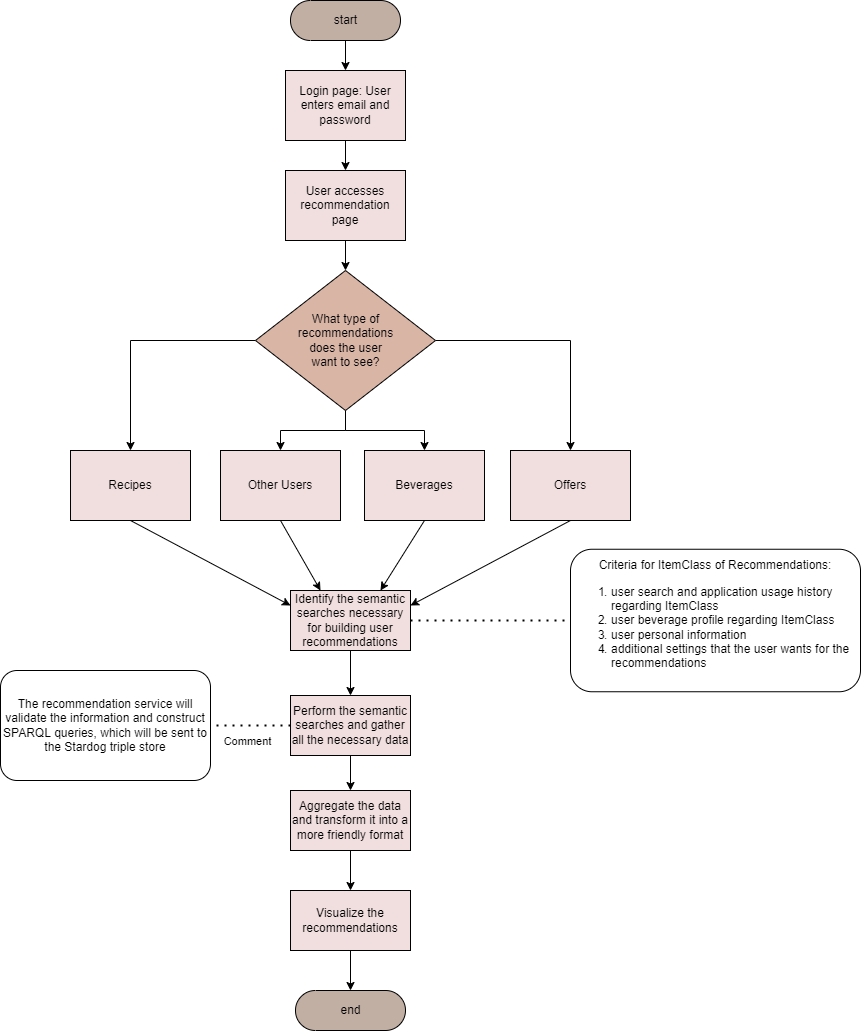
This is final-deliverables/diagrams/task/task_recommendation.png from Elaech/Wade-BeM, a draw.io export, as it was before one commit. Source tidied: cells renumbered, new cells last; positions are measured from the earlier drawing's top-left corner, leaving out a move shared by most shapes. The source it was exported from:
```xml
<mxGraphModel>
  <root>
    <mxCell id="0" />
    <mxCell id="1" parent="0" />
    <mxCell id="2" style="edgeStyle=orthogonalEdgeStyle;rounded=0;jettySize=auto;html=1;" parent="1" edge="1" source="3" target="6">
      <mxGeometry relative="1" as="geometry" />
    </mxCell>
    <mxCell id="3" value="start" style="html=1;dashed=0;whitespace=wrap;shape=mxgraph.dfd.start;fillColor=#C2AFA4;" parent="1" vertex="1">
      <mxGeometry x="290" width="110" height="40" as="geometry" />
    </mxCell>
    <mxCell id="4" value="User accesses recommendation page" style="rounded=0;whiteSpace=wrap;html=1;fillColor=#F1DEDE;" parent="1" vertex="1">
      <mxGeometry x="285" y="170" width="120" height="70" as="geometry" />
    </mxCell>
    <mxCell id="5" style="edgeStyle=orthogonalEdgeStyle;rounded=0;jettySize=auto;html=1;entryX=0.5;entryY=0;entryDx=0;entryDy=0;" parent="1" edge="1" source="6" target="4">
      <mxGeometry relative="1" as="geometry" />
    </mxCell>
    <mxCell id="6" value="Login page: User enters email and password" style="rounded=0;whiteSpace=wrap;html=1;fillColor=#F1DEDE;" parent="1" vertex="1">
      <mxGeometry x="285" y="70" width="120" height="70" as="geometry" />
    </mxCell>
    <mxCell id="7" style="edgeStyle=orthogonalEdgeStyle;rounded=0;jettySize=auto;html=1;entryX=0.5;entryY=0;entryDx=0;entryDy=0;" parent="1" edge="1" source="11" target="14">
      <mxGeometry relative="1" as="geometry" />
    </mxCell>
    <mxCell id="8" style="edgeStyle=orthogonalEdgeStyle;rounded=0;jettySize=auto;html=1;entryX=0.5;entryY=0;entryDx=0;entryDy=0;" parent="1" edge="1" source="11" target="15">
      <mxGeometry relative="1" as="geometry" />
    </mxCell>
    <mxCell id="9" style="edgeStyle=orthogonalEdgeStyle;rounded=0;jettySize=auto;html=1;" parent="1" edge="1" source="11" target="16">
      <mxGeometry relative="1" as="geometry" />
    </mxCell>
    <mxCell id="10" style="edgeStyle=orthogonalEdgeStyle;rounded=0;jettySize=auto;html=1;entryX=0.5;entryY=0;entryDx=0;entryDy=0;" parent="1" edge="1" source="11" target="17">
      <mxGeometry relative="1" as="geometry" />
    </mxCell>
    <mxCell id="11" value="What type of&lt;br&gt;recommendations&lt;br&gt;does the user&lt;br&gt;want to see?" style="shape=rhombus;html=1;dashed=0;whitespace=wrap;perimeter=rhombusPerimeter;fillColor=#D9B5A6;" parent="1" vertex="1">
      <mxGeometry x="255" y="270" width="180" height="140" as="geometry" />
    </mxCell>
    <mxCell id="12" style="endArrow=classic;html=1;rounded=0;exitX=0.5;exitY=1;exitDx=0;exitDy=0;entryX=0.5;entryY=0;entryDx=0;entryDy=0;" parent="1" edge="1" source="4" target="11">
      <mxGeometry relative="1" as="geometry" />
    </mxCell>
    <mxCell id="13" value="Criteria for ItemClass of Recommendations:&lt;br&gt;&lt;ol&gt;&lt;li style=&quot;text-align: left&quot;&gt;&lt;span&gt;user search and application usage history regarding ItemClass&lt;/span&gt;&lt;/li&gt;&lt;li style=&quot;text-align: left&quot;&gt;user beverage profile regarding ItemClass&lt;/li&gt;&lt;li style=&quot;text-align: left&quot;&gt;user personal information&lt;/li&gt;&lt;li style=&quot;text-align: left&quot;&gt;additional settings that the user wants for the recommendations&lt;/li&gt;&lt;/ol&gt;" style="rounded=1;whiteSpace=wrap;html=1;align=center;" parent="1" vertex="1">
      <mxGeometry x="570" y="548.8" width="290" height="142.5" as="geometry" />
    </mxCell>
    <mxCell id="14" value="Recipes" style="rounded=0;whiteSpace=wrap;html=1;fillColor=#F1DEDE;" parent="1" vertex="1">
      <mxGeometry x="70" y="450" width="120" height="70" as="geometry" />
    </mxCell>
    <mxCell id="15" value="Other Users" style="rounded=0;whiteSpace=wrap;html=1;fillColor=#F1DEDE;" parent="1" vertex="1">
      <mxGeometry x="220" y="450" width="120" height="70" as="geometry" />
    </mxCell>
    <mxCell id="16" value="Beverages" style="rounded=0;whiteSpace=wrap;html=1;fillColor=#F1DEDE;" parent="1" vertex="1">
      <mxGeometry x="364" y="450" width="120" height="70" as="geometry" />
    </mxCell>
    <mxCell id="17" value="Offers" style="rounded=0;whiteSpace=wrap;html=1;fillColor=#F1DEDE;" parent="1" vertex="1">
      <mxGeometry x="510" y="450" width="120" height="70" as="geometry" />
    </mxCell>
    <mxCell id="18" style="endArrow=classic;html=1;rounded=0;exitX=0.5;exitY=1;exitDx=0;exitDy=0;entryX=0.25;entryY=0;entryDx=0;entryDy=0;" parent="1" edge="1" source="15" target="20">
      <mxGeometry relative="1" as="geometry" />
    </mxCell>
    <mxCell id="19" style="edgeStyle=orthogonalEdgeStyle;rounded=0;jettySize=auto;html=1;" parent="1" edge="1" source="20" target="27">
      <mxGeometry relative="1" as="geometry" />
    </mxCell>
    <mxCell id="20" value="Identify the semantic searches necessary for building user recommendations" style="rounded=0;whiteSpace=wrap;html=1;fillColor=#F1DEDE;" parent="1" vertex="1">
      <mxGeometry x="290" y="590" width="120" height="60" as="geometry" />
    </mxCell>
    <mxCell id="21" style="endArrow=none;dashed=1;html=1;dashPattern=1 3;strokeWidth=2;rounded=0;exitX=1;exitY=0.5;exitDx=0;exitDy=0;entryX=0;entryY=0.5;entryDx=0;entryDy=0;" parent="1" edge="1" source="20" target="13">
      <mxGeometry relative="1" as="geometry" />
    </mxCell>
    <mxCell id="22" style="endArrow=classic;html=1;rounded=0;exitX=0.5;exitY=1;exitDx=0;exitDy=0;entryX=0;entryY=0.25;entryDx=0;entryDy=0;" parent="1" edge="1" source="14" target="20">
      <mxGeometry relative="1" as="geometry" />
    </mxCell>
    <mxCell id="23" style="endArrow=classic;html=1;rounded=0;exitX=0.5;exitY=1;exitDx=0;exitDy=0;entryX=0.75;entryY=0;entryDx=0;entryDy=0;" parent="1" edge="1" source="16" target="20">
      <mxGeometry relative="1" as="geometry" />
    </mxCell>
    <mxCell id="24" style="endArrow=classic;html=1;rounded=0;exitX=0.5;exitY=1;exitDx=0;exitDy=0;entryX=1;entryY=0.25;entryDx=0;entryDy=0;" parent="1" edge="1" source="17" target="20">
      <mxGeometry relative="1" as="geometry" />
    </mxCell>
    <mxCell id="25" value="The recommendation service will validate the information and construct SPARQL queries, which will be sent to the Stardog triple store" style="rounded=1;whiteSpace=wrap;html=1;" parent="1" vertex="1">
      <mxGeometry y="670" width="210" height="110" as="geometry" />
    </mxCell>
    <mxCell id="26" style="edgeStyle=orthogonalEdgeStyle;rounded=0;jettySize=auto;html=1;" parent="1" edge="1" source="27" target="31">
      <mxGeometry relative="1" as="geometry" />
    </mxCell>
    <mxCell id="27" value="Perform the semantic searches and gather all the necessary data" style="rounded=0;whiteSpace=wrap;html=1;fillColor=#F1DEDE;" parent="1" vertex="1">
      <mxGeometry x="290" y="695" width="120" height="60" as="geometry" />
    </mxCell>
    <mxCell id="28" style="endArrow=none;dashed=1;html=1;dashPattern=1 3;strokeWidth=2;rounded=0;exitX=0;exitY=0.5;exitDx=0;exitDy=0;entryX=1;entryY=0.5;entryDx=0;entryDy=0;" parent="1" edge="1" source="27" target="25">
      <mxGeometry relative="1" as="geometry" />
    </mxCell>
    <mxCell id="29" value="Comment" style="edgeLabel;html=1;align=center;verticalAlign=middle;" parent="28" vertex="1">
      <mxGeometry x="0.58" y="3" relative="1" as="geometry">
        <mxPoint x="19" y="12" as="offset" />
      </mxGeometry>
    </mxCell>
    <mxCell id="30" style="edgeStyle=orthogonalEdgeStyle;rounded=0;jettySize=auto;html=1;entryX=0.5;entryY=0;entryDx=0;entryDy=0;" parent="1" edge="1" source="31" target="33">
      <mxGeometry relative="1" as="geometry" />
    </mxCell>
    <mxCell id="31" value="Aggregate the data and transform it into a more friendly format" style="rounded=0;whiteSpace=wrap;html=1;fillColor=#F1DEDE;" parent="1" vertex="1">
      <mxGeometry x="290" y="790" width="120" height="60" as="geometry" />
    </mxCell>
    <mxCell id="32" style="edgeStyle=orthogonalEdgeStyle;rounded=0;jettySize=auto;html=1;entryX=0.5;entryY=0.5;entryDx=0;entryDy=-20;entryPerimeter=0;" parent="1" edge="1" source="33" target="34">
      <mxGeometry relative="1" as="geometry" />
    </mxCell>
    <mxCell id="33" value="Visualize the recommendations" style="rounded=0;whiteSpace=wrap;html=1;fillColor=#F1DEDE;" parent="1" vertex="1">
      <mxGeometry x="290" y="890" width="120" height="60" as="geometry" />
    </mxCell>
    <mxCell id="34" value="end" style="html=1;dashed=0;whitespace=wrap;shape=mxgraph.dfd.start;fillColor=#C2AFA4;" parent="1" vertex="1">
      <mxGeometry x="295" y="990" width="110" height="40" as="geometry" />
    </mxCell>
  </root>
</mxGraphModel>
```
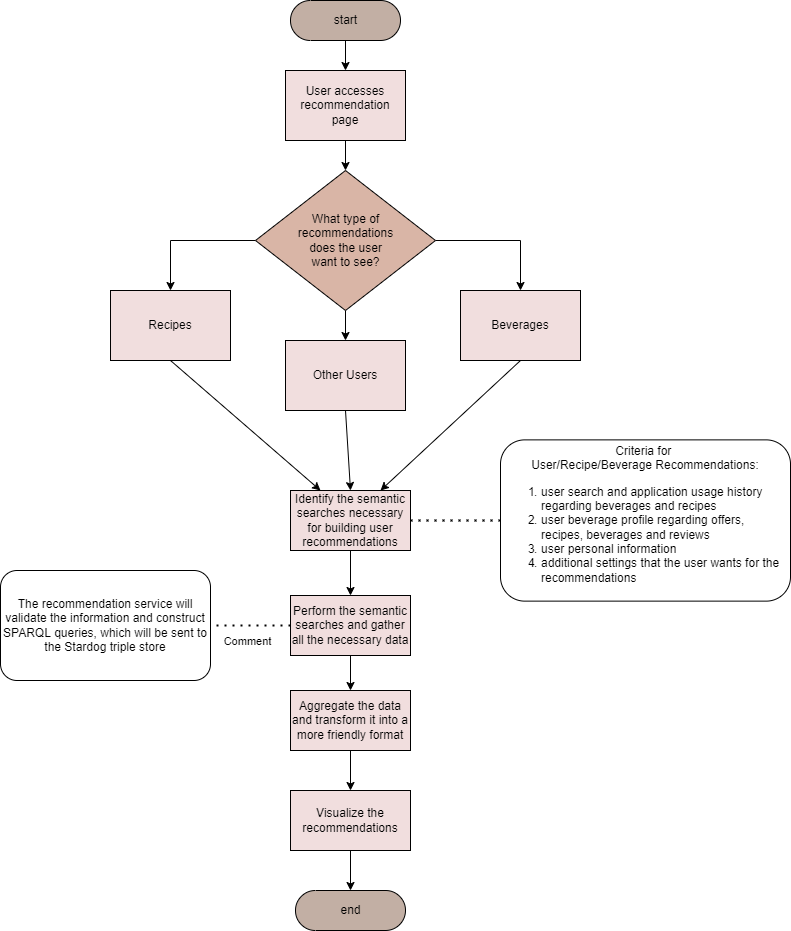
The same diagram one commit later.

What changed in the source:
```diff
@@ -2,55 +2,43 @@
   <root>
     <mxCell id="0" />
     <mxCell id="1" parent="0" />
-    <mxCell id="2" style="edgeStyle=orthogonalEdgeStyle;rounded=0;jettySize=auto;html=1;" parent="1" edge="1" source="3" target="6">
+    <mxCell id="2" style="edgeStyle=orthogonalEdgeStyle;rounded=0;jettySize=auto;html=1;entryX=0.5;entryY=0;entryDx=0;entryDy=0;" parent="1" edge="1" source="3" target="4">
       <mxGeometry relative="1" as="geometry" />
     </mxCell>
     <mxCell id="3" value="start" style="html=1;dashed=0;whitespace=wrap;shape=mxgraph.dfd.start;fillColor=#C2AFA4;" parent="1" vertex="1">
-      <mxGeometry x="290" width="110" height="40" as="geometry" />
+      <mxGeometry x="290" y="100" width="110" height="40" as="geometry" />
     </mxCell>
     <mxCell id="4" value="User accesses recommendation page" style="rounded=0;whiteSpace=wrap;html=1;fillColor=#F1DEDE;" parent="1" vertex="1">
       <mxGeometry x="285" y="170" width="120" height="70" as="geometry" />
     </mxCell>
-    <mxCell id="5" style="edgeStyle=orthogonalEdgeStyle;rounded=0;jettySize=auto;html=1;entryX=0.5;entryY=0;entryDx=0;entryDy=0;" parent="1" edge="1" source="6" target="4">
-      <mxGeometry relative="1" as="geometry" />
-    </mxCell>
-    <mxCell id="6" value="Login page: User enters email and password" style="rounded=0;whiteSpace=wrap;html=1;fillColor=#F1DEDE;" parent="1" vertex="1">
-      <mxGeometry x="285" y="70" width="120" height="70" as="geometry" />
-    </mxCell>
     <mxCell id="7" style="edgeStyle=orthogonalEdgeStyle;rounded=0;jettySize=auto;html=1;entryX=0.5;entryY=0;entryDx=0;entryDy=0;" parent="1" edge="1" source="11" target="14">
       <mxGeometry relative="1" as="geometry" />
     </mxCell>
     <mxCell id="8" style="edgeStyle=orthogonalEdgeStyle;rounded=0;jettySize=auto;html=1;entryX=0.5;entryY=0;entryDx=0;entryDy=0;" parent="1" edge="1" source="11" target="15">
       <mxGeometry relative="1" as="geometry" />
     </mxCell>
-    <mxCell id="9" style="edgeStyle=orthogonalEdgeStyle;rounded=0;jettySize=auto;html=1;" parent="1" edge="1" source="11" target="16">
+    <mxCell id="9" style="edgeStyle=orthogonalEdgeStyle;rounded=0;jettySize=auto;html=1;entryX=0.5;entryY=0;entryDx=0;entryDy=0;" parent="1" edge="1" source="11" target="16">
       <mxGeometry relative="1" as="geometry" />
     </mxCell>
-    <mxCell id="10" style="edgeStyle=orthogonalEdgeStyle;rounded=0;jettySize=auto;html=1;entryX=0.5;entryY=0;entryDx=0;entryDy=0;" parent="1" edge="1" source="11" target="17">
-      <mxGeometry relative="1" as="geometry" />
-    </mxCell>
     <mxCell id="11" value="What type of&lt;br&gt;recommendations&lt;br&gt;does the user&lt;br&gt;want to see?" style="shape=rhombus;html=1;dashed=0;whitespace=wrap;perimeter=rhombusPerimeter;fillColor=#D9B5A6;" parent="1" vertex="1">
       <mxGeometry x="255" y="270" width="180" height="140" as="geometry" />
     </mxCell>
     <mxCell id="12" style="endArrow=classic;html=1;rounded=0;exitX=0.5;exitY=1;exitDx=0;exitDy=0;entryX=0.5;entryY=0;entryDx=0;entryDy=0;" parent="1" edge="1" source="4" target="11">
       <mxGeometry relative="1" as="geometry" />
     </mxCell>
-    <mxCell id="13" value="Criteria for ItemClass of Recommendations:&lt;br&gt;&lt;ol&gt;&lt;li style=&quot;text-align: left&quot;&gt;&lt;span&gt;user search and application usage history regarding ItemClass&lt;/span&gt;&lt;/li&gt;&lt;li style=&quot;text-align: left&quot;&gt;user beverage profile regarding ItemClass&lt;/li&gt;&lt;li style=&quot;text-align: left&quot;&gt;user personal information&lt;/li&gt;&lt;li style=&quot;text-align: left&quot;&gt;additional settings that the user wants for the recommendations&lt;/li&gt;&lt;/ol&gt;" style="rounded=1;whiteSpace=wrap;html=1;align=center;" parent="1" vertex="1">
-      <mxGeometry x="570" y="548.8" width="290" height="142.5" as="geometry" />
+    <mxCell id="13" value="Criteria for &lt;br&gt;User/Recipe/Beverage Recommendations:&lt;br&gt;&lt;ol&gt;&lt;li style=&quot;text-align: left&quot;&gt;&lt;span&gt;user search and application usage history regarding beverages and recipes&amp;nbsp;&lt;/span&gt;&lt;/li&gt;&lt;li style=&quot;text-align: left&quot;&gt;user beverage profile regarding offers, recipes, beverages and reviews&lt;/li&gt;&lt;li style=&quot;text-align: left&quot;&gt;user personal information&lt;/li&gt;&lt;li style=&quot;text-align: left&quot;&gt;additional settings that the user wants for the recommendations&lt;/li&gt;&lt;/ol&gt;" style="rounded=1;whiteSpace=wrap;html=1;align=center;" parent="1" vertex="1">
+      <mxGeometry x="500" y="539.4" width="290" height="161.2" as="geometry" />
     </mxCell>
     <mxCell id="14" value="Recipes" style="rounded=0;whiteSpace=wrap;html=1;fillColor=#F1DEDE;" parent="1" vertex="1">
-      <mxGeometry x="70" y="450" width="120" height="70" as="geometry" />
+      <mxGeometry x="110" y="390" width="120" height="70" as="geometry" />
     </mxCell>
     <mxCell id="15" value="Other Users" style="rounded=0;whiteSpace=wrap;html=1;fillColor=#F1DEDE;" parent="1" vertex="1">
-      <mxGeometry x="220" y="450" width="120" height="70" as="geometry" />
+      <mxGeometry x="285" y="440" width="120" height="70" as="geometry" />
     </mxCell>
     <mxCell id="16" value="Beverages" style="rounded=0;whiteSpace=wrap;html=1;fillColor=#F1DEDE;" parent="1" vertex="1">
-      <mxGeometry x="364" y="450" width="120" height="70" as="geometry" />
+      <mxGeometry x="460" y="390" width="120" height="70" as="geometry" />
     </mxCell>
-    <mxCell id="17" value="Offers" style="rounded=0;whiteSpace=wrap;html=1;fillColor=#F1DEDE;" parent="1" vertex="1">
-      <mxGeometry x="510" y="450" width="120" height="70" as="geometry" />
-    </mxCell>
-    <mxCell id="18" style="endArrow=classic;html=1;rounded=0;exitX=0.5;exitY=1;exitDx=0;exitDy=0;entryX=0.25;entryY=0;entryDx=0;entryDy=0;" parent="1" edge="1" source="15" target="20">
+    <mxCell id="18" style="endArrow=classic;html=1;rounded=0;exitX=0.5;exitY=1;exitDx=0;exitDy=0;entryX=0.5;entryY=0;entryDx=0;entryDy=0;" parent="1" edge="1" source="15" target="20">
       <mxGeometry relative="1" as="geometry" />
     </mxCell>
     <mxCell id="19" style="edgeStyle=orthogonalEdgeStyle;rounded=0;jettySize=auto;html=1;" parent="1" edge="1" source="20" target="27">
@@ -62,15 +50,12 @@
     <mxCell id="21" style="endArrow=none;dashed=1;html=1;dashPattern=1 3;strokeWidth=2;rounded=0;exitX=1;exitY=0.5;exitDx=0;exitDy=0;entryX=0;entryY=0.5;entryDx=0;entryDy=0;" parent="1" edge="1" source="20" target="13">
       <mxGeometry relative="1" as="geometry" />
     </mxCell>
-    <mxCell id="22" style="endArrow=classic;html=1;rounded=0;exitX=0.5;exitY=1;exitDx=0;exitDy=0;entryX=0;entryY=0.25;entryDx=0;entryDy=0;" parent="1" edge="1" source="14" target="20">
+    <mxCell id="22" style="endArrow=classic;html=1;rounded=0;exitX=0.5;exitY=1;exitDx=0;exitDy=0;entryX=0.25;entryY=0;entryDx=0;entryDy=0;" parent="1" edge="1" source="14" target="20">
       <mxGeometry relative="1" as="geometry" />
     </mxCell>
     <mxCell id="23" style="endArrow=classic;html=1;rounded=0;exitX=0.5;exitY=1;exitDx=0;exitDy=0;entryX=0.75;entryY=0;entryDx=0;entryDy=0;" parent="1" edge="1" source="16" target="20">
       <mxGeometry relative="1" as="geometry" />
     </mxCell>
-    <mxCell id="24" style="endArrow=classic;html=1;rounded=0;exitX=0.5;exitY=1;exitDx=0;exitDy=0;entryX=1;entryY=0.25;entryDx=0;entryDy=0;" parent="1" edge="1" source="17" target="20">
-      <mxGeometry relative="1" as="geometry" />
-    </mxCell>
     <mxCell id="25" value="The recommendation service will validate the information and construct SPARQL queries, which will be sent to the Stardog triple store" style="rounded=1;whiteSpace=wrap;html=1;" parent="1" vertex="1">
       <mxGeometry y="670" width="210" height="110" as="geometry" />
     </mxCell>
```
